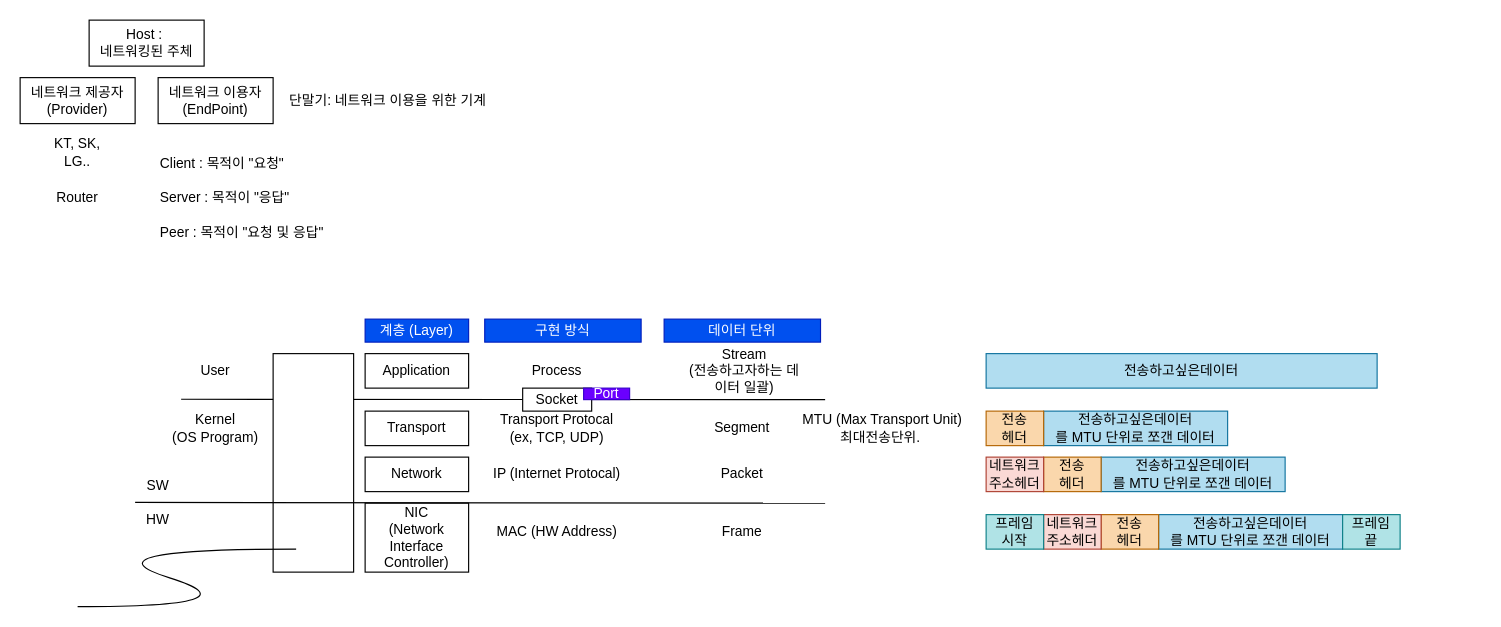
The draw.io diagram Network.drawio in luke-youngmin-cho/ETL_Unity11, before the edit. Source tidied: cells renumbered, new cells numbered last; positions are measured from the earlier drawing's top-left corner, leaving out a move shared by most shapes. Both pictures are drawn from the tidied source at 115%, with x=0, y=0 at pixel (20, 20).
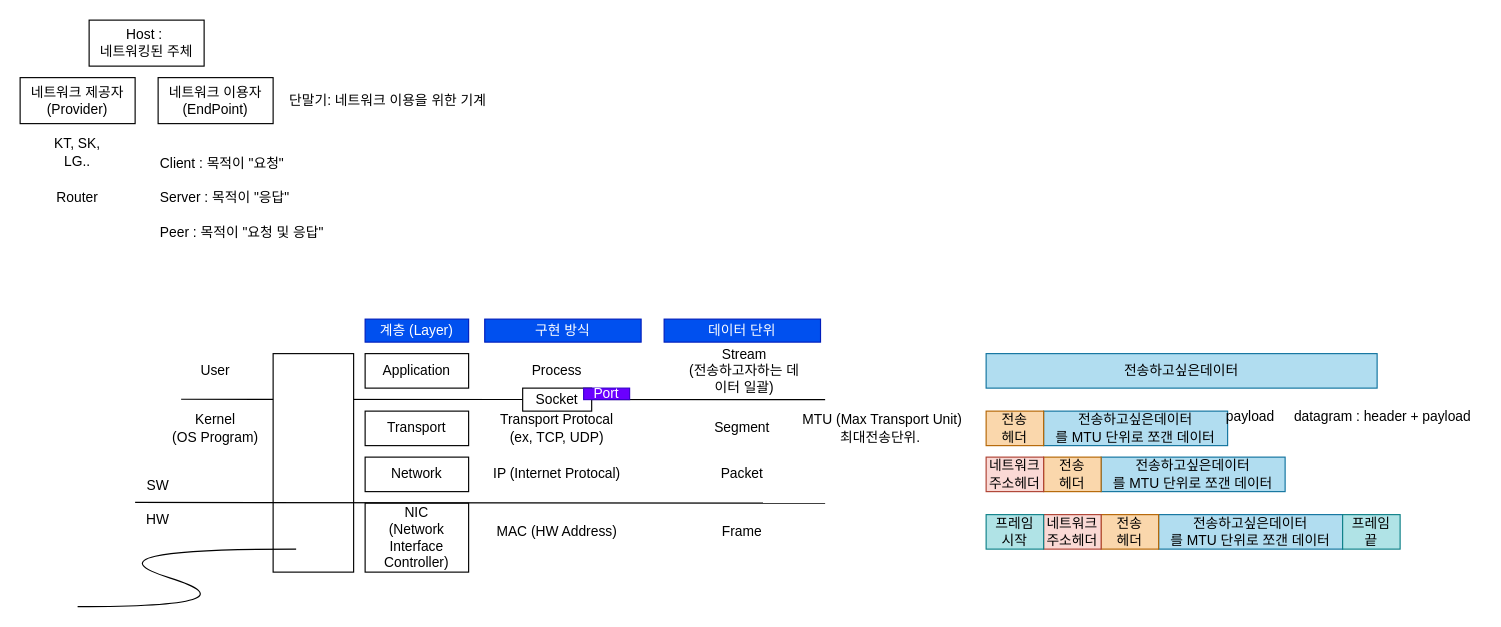
The same page after the edit.

What changed in the source:
```diff
@@
+    <mxCell id="48" value="payload" style="text;html=1;align=center;verticalAlign=middle;whiteSpace=wrap;rounded=0;" parent="1" vertex="1">
+      <mxGeometry x="1040" y="330" width="60" height="30" as="geometry" />
+    </mxCell>
+    <mxCell id="49" value="datagram : header + payload" style="text;html=1;align=center;verticalAlign=middle;whiteSpace=wrap;rounded=0;" parent="1" vertex="1">
+      <mxGeometry x="1100" y="330" width="170" height="30" as="geometry" />
+    </mxCell>
```
